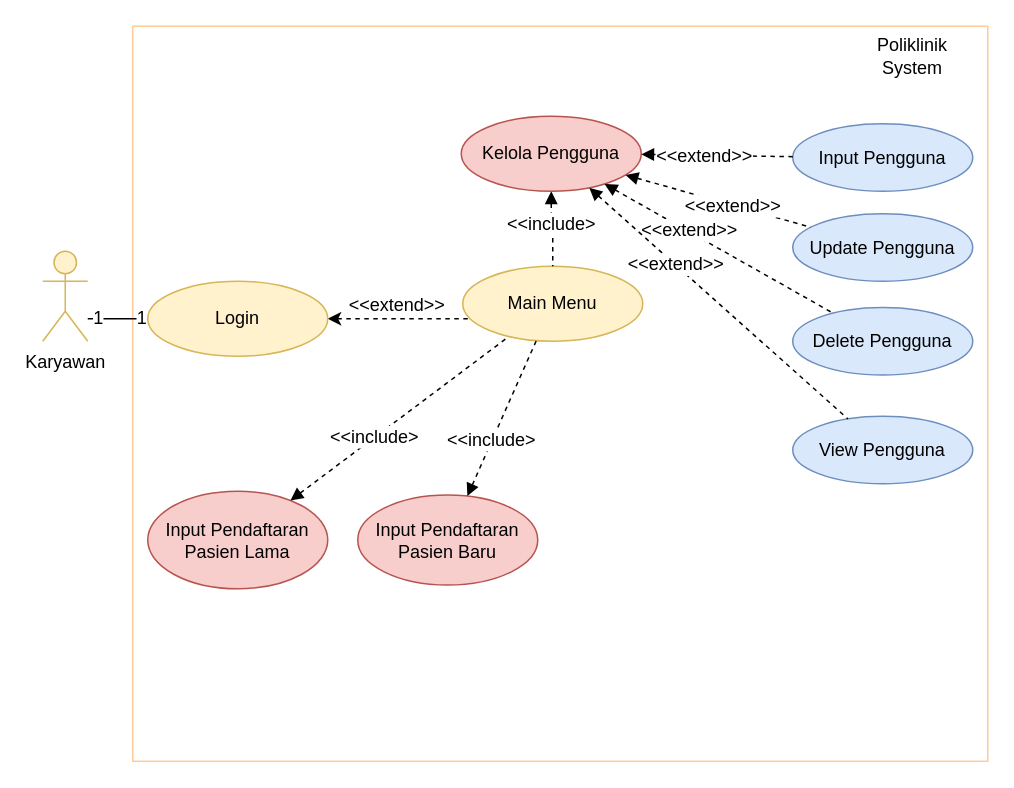
Earlier version of the draw.io diagram Use case.drawio (fikrirazor/crispysoftware). Source tidied: cells renumbered, new cells numbered last; positions are measured from the earlier drawing's top-left corner, leaving out a move shared by most shapes. Both pictures are drawn from the tidied source at 150%, with x=0, y=0 at pixel (42, 26).
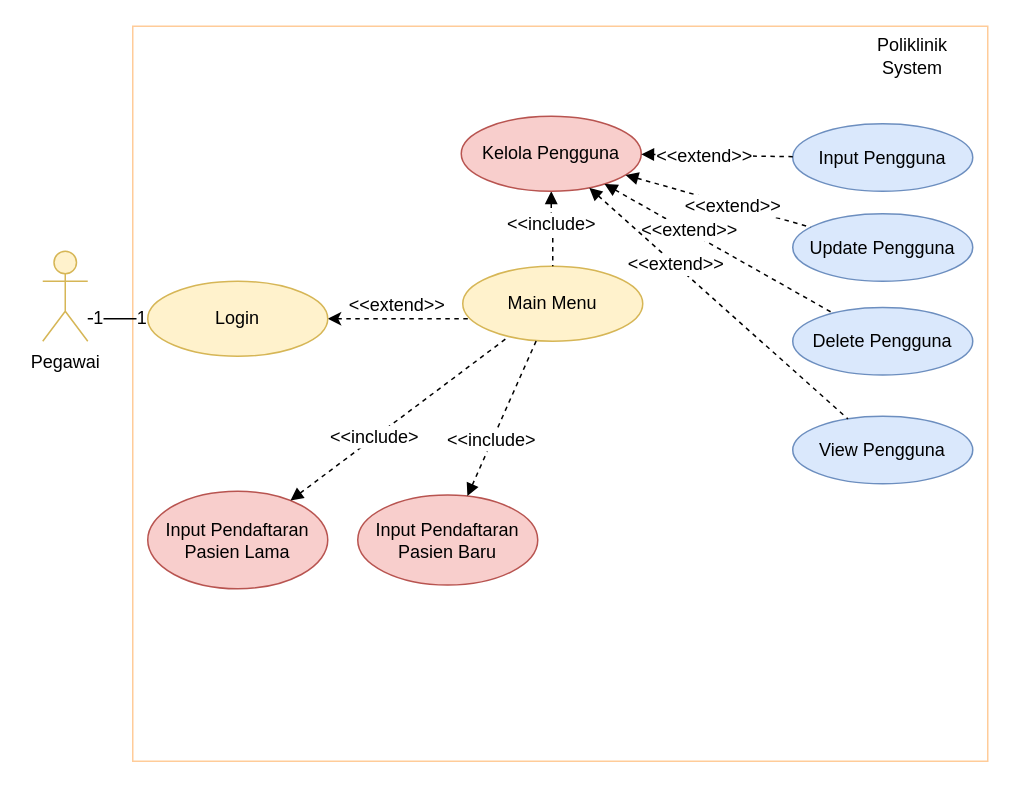
The same diagram, later.

Diff of the diagram source:
```diff
@@
-    <mxCell id="3" value="Karyawan" style="shape=umlActor;verticalLabelPosition=bottom;labelBackgroundColor=#ffffff;verticalAlign=top;html=1;outlineConnect=0;fillColor=#fff2cc;strokeColor=#d6b656;" parent="1" vertex="1">
+    <mxCell id="3" value="Pegawai" style="shape=umlActor;verticalLabelPosition=bottom;labelBackgroundColor=#ffffff;verticalAlign=top;html=1;outlineConnect=0;fillColor=#fff2cc;strokeColor=#d6b656;" parent="1" vertex="1">
       <mxGeometry y="150" width="30" height="60" as="geometry" />
     </mxCell>
```
